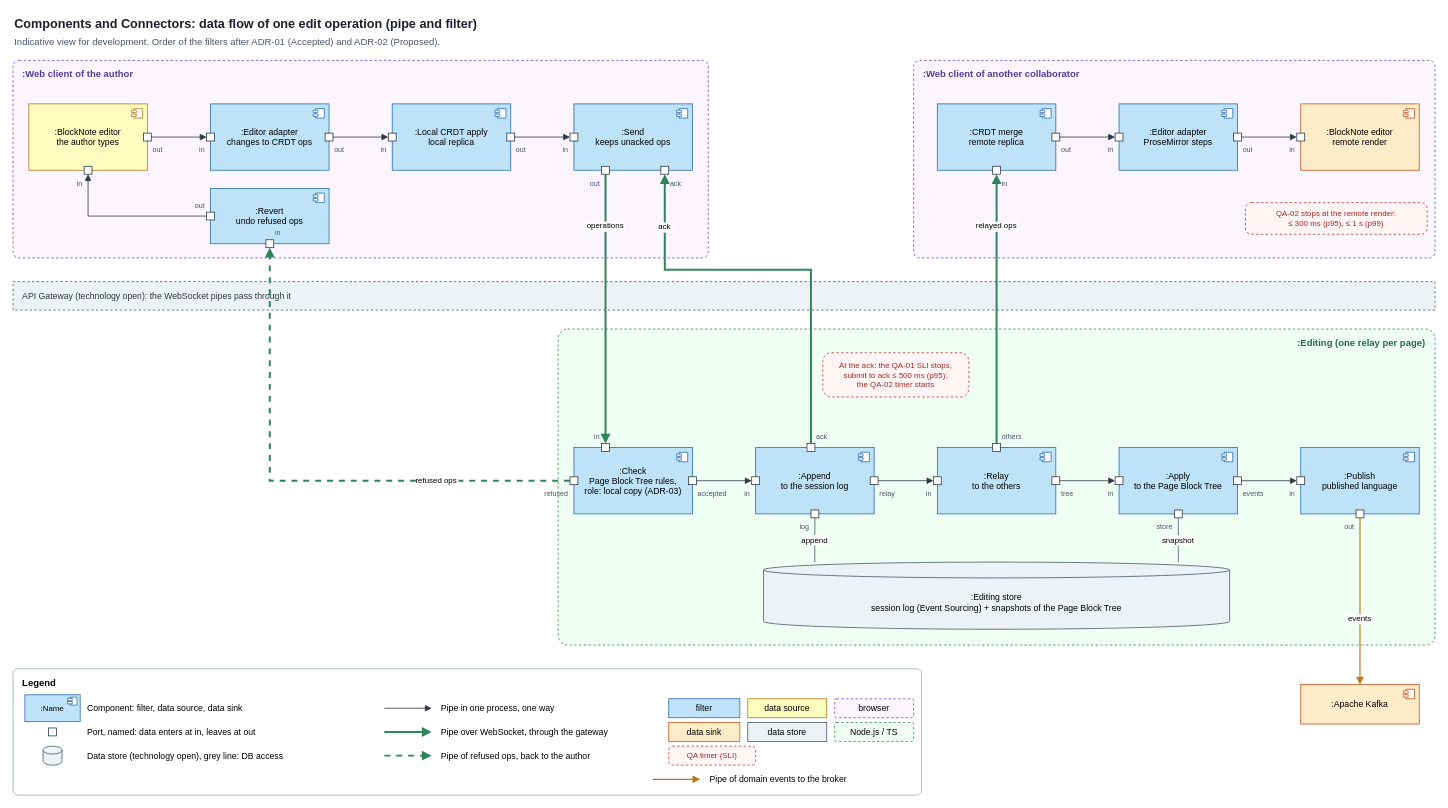
Bending-Forks/gotion keeps this draw.io diagram as docs/assets/components-and-connectors/data-flow.drawio. Above is the earlier version. Source tidied: cells renumbered, new cells numbered last; positions are measured from the earlier drawing's top-left corner, leaving out a move shared by most shapes. Both pictures are drawn from the tidied source at 79%, with x=0, y=0 at pixel (13, 13).
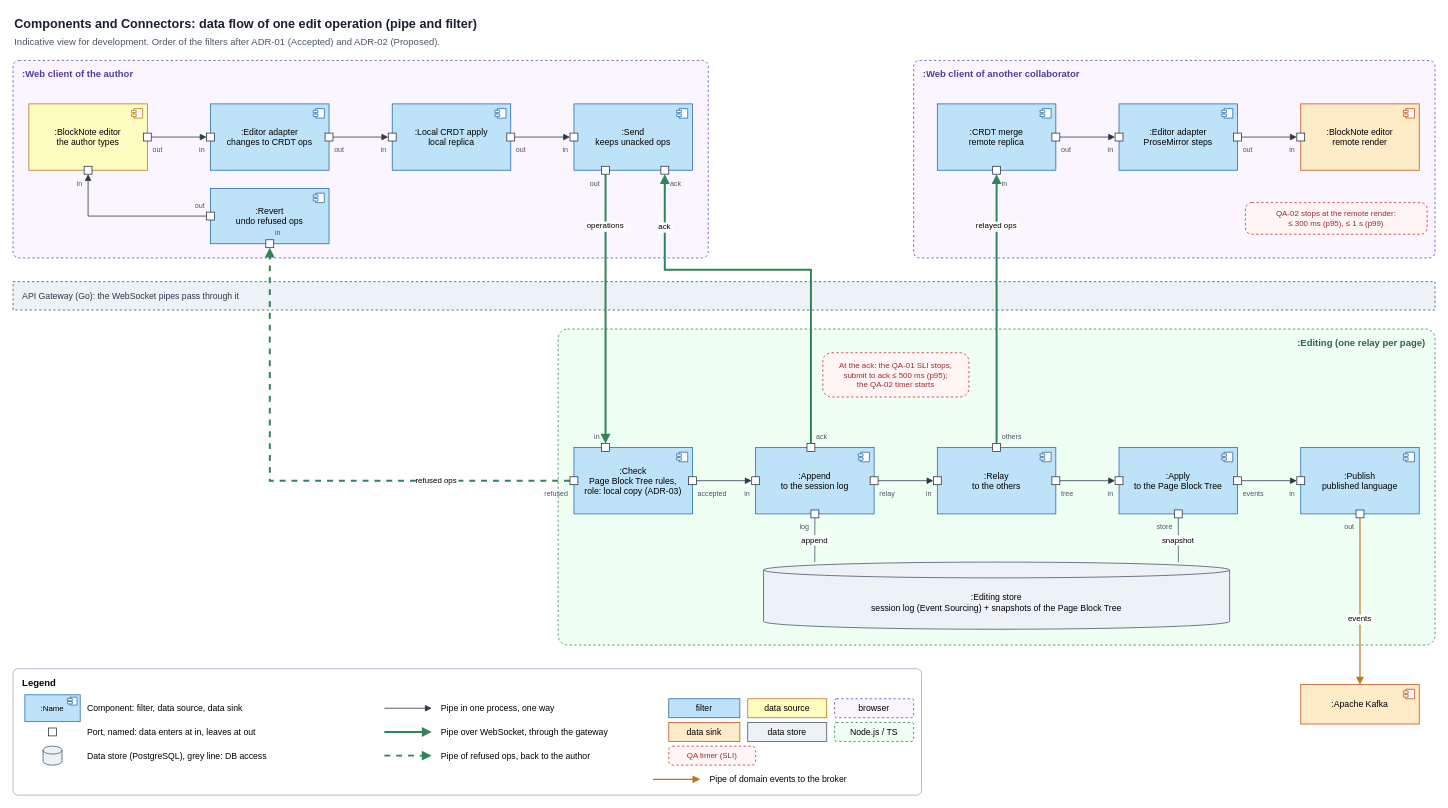
Above is the later version.

Change to the diagram source:
```diff
@@
-    <mxCell id="6" value="API Gateway (technology open): the WebSocket pipes pass through it" style="rounded=0;fillColor=#edf2f7;strokeColor=#4a5568;align=left;spacingLeft=10;verticalAlign=middle;fontSize=11;fontColor=#2d3748;dashed=1;html=0;" parent="1" vertex="1">
+    <mxCell id="6" value="API Gateway (Go): the WebSocket pipes pass through it" style="rounded=0;fillColor=#edf2f7;strokeColor=#4a5568;align=left;spacingLeft=10;verticalAlign=middle;fontSize=11;fontColor=#2d3748;dashed=1;html=0;" parent="1" vertex="1">
       <mxGeometry y="340" width="1800" height="36" as="geometry" />
     </mxCell>
@@
-    <mxCell id="94" value="Data store (technology open), grey line: DB access" style="text;align=left;verticalAlign=middle;fontSize=11;html=0;" parent="1" vertex="1">
+    <mxCell id="94" value="Data store (PostgreSQL), grey line: DB access" style="text;align=left;verticalAlign=middle;fontSize=11;html=0;" parent="1" vertex="1">
       <mxGeometry x="92" y="930" width="290" height="20" as="geometry" />
     </mxCell>
```
